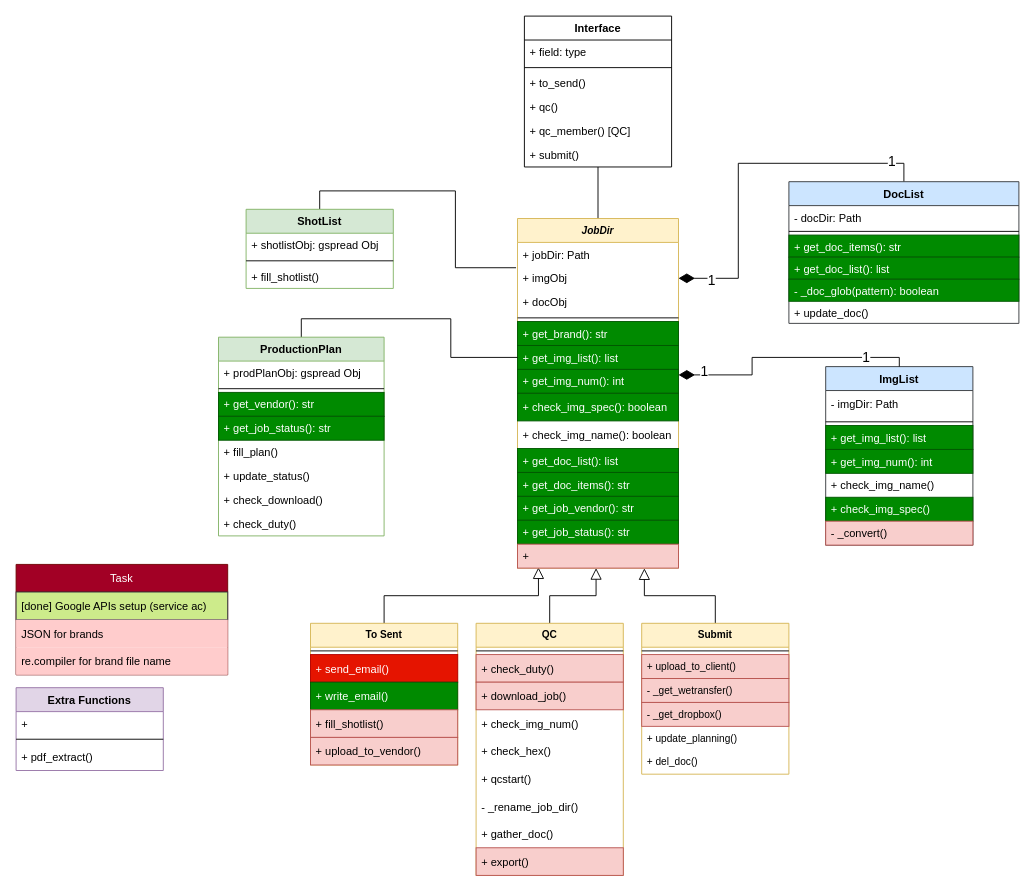
Above: page "Class Diagram" (1 of 2) of IHS Class Diagram.drawio in pugtooone/pyhs (draw.io), before the change. Source tidied: cells renumbered, new cells numbered last; positions are measured from the earlier drawing's top-left corner, leaving out a move shared by most shapes. Both pictures are drawn from the tidied source at 92%, with x=0, y=0 at pixel (16, 16).
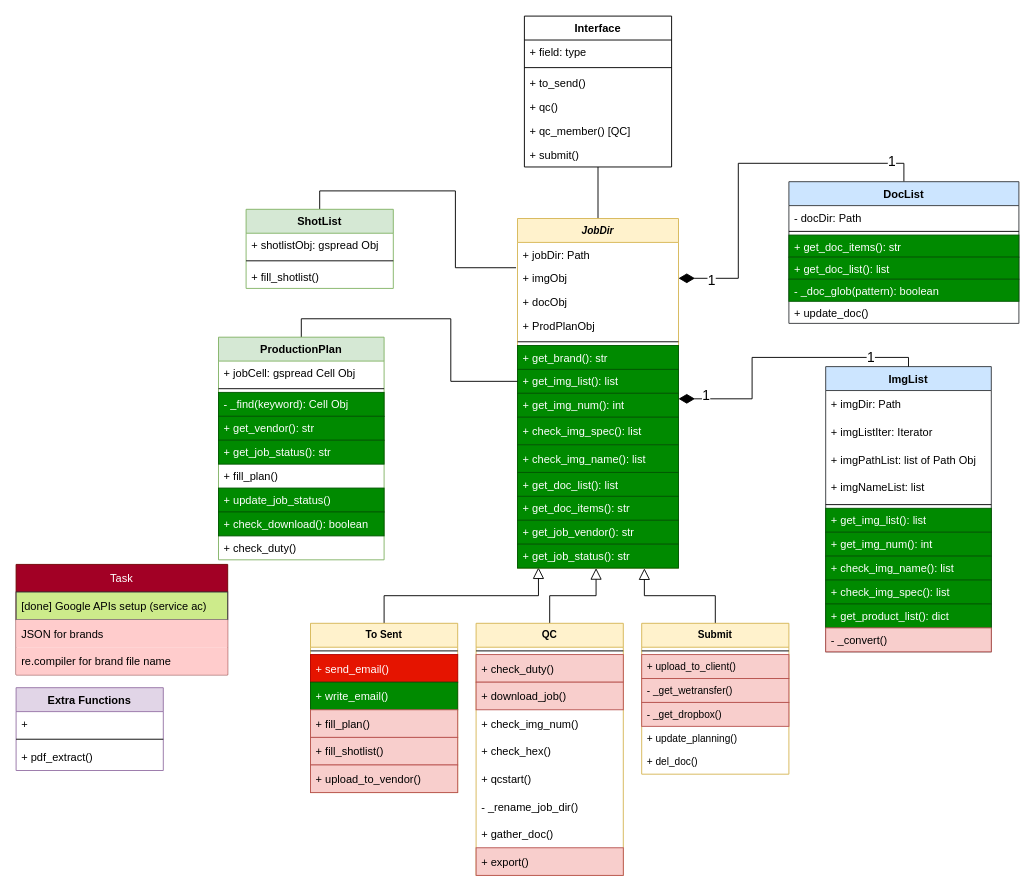
After the change.

The change refers to these unchanged cells:
```xml
<mxCell id="39" value="JobDir" style="swimlane;fontStyle=3;align=center;verticalAlign=top;horizontal=1;startSize=26;fontSize=11;fillColor=#fff2cc;strokeColor=#d6b656;" parent="1" vertex="1">
  <mxGeometry x="545" y="220" width="175" height="380" as="geometry" />
</mxCell>
```

What changed in the source:
```diff
@@
     <mxCell id="12" value="ImgList" style="swimlane;fontStyle=1;align=center;verticalAlign=top;horizontal=1;startSize=26;fillColor=#cce5ff;strokeColor=#36393d;" parent="1" vertex="1">
-      <mxGeometry x="880" y="381" width="160" height="194" as="geometry" />
+      <mxGeometry x="880" y="381" width="180" height="310" as="geometry" />
     </mxCell>
-    <mxCell id="13" value="- imgDir: Path" style="text;strokeColor=none;fillColor=none;align=left;verticalAlign=middle;spacingLeft=4;spacingRight=4;overflow=hidden;" parent="12" vertex="1">
-      <mxGeometry y="26" width="160" height="30" as="geometry" />
+    <mxCell id="13" value="+ imgDir: Path" style="text;strokeColor=none;fillColor=none;align=left;verticalAlign=middle;spacingLeft=4;spacingRight=4;overflow=hidden;" parent="12" vertex="1">
+      <mxGeometry y="26" width="180" height="30" as="geometry" />
     </mxCell>
+    <mxCell id="95" value="+ imgListIter: Iterator" style="text;strokeColor=none;fillColor=none;align=left;verticalAlign=middle;spacingLeft=4;spacingRight=4;overflow=hidden;" parent="12" vertex="1">
+      <mxGeometry y="56" width="180" height="30" as="geometry" />
+    </mxCell>
+    <mxCell id="96" value="+ imgPathList: list of Path Obj" style="text;strokeColor=none;fillColor=none;align=left;verticalAlign=middle;spacingLeft=4;spacingRight=4;overflow=hidden;" parent="12" vertex="1">
+      <mxGeometry y="86" width="180" height="30" as="geometry" />
+    </mxCell>
+    <mxCell id="97" value="+ imgNameList: list" style="text;strokeColor=none;fillColor=none;align=left;verticalAlign=middle;spacingLeft=4;spacingRight=4;overflow=hidden;" parent="12" vertex="1">
+      <mxGeometry y="116" width="180" height="30" as="geometry" />
+    </mxCell>
     <mxCell id="14" style="line;strokeWidth=1;fillColor=none;align=left;verticalAlign=middle;spacingTop=-1;spacingLeft=3;spacingRight=3;labelPosition=right;" parent="12" vertex="1">
-      <mxGeometry y="56" width="160" height="8" as="geometry" />
+      <mxGeometry y="146" width="180" height="8" as="geometry" />
     </mxCell>
     <mxCell id="15" value="+ get_img_list(): list" style="text;align=left;verticalAlign=top;spacingLeft=4;spacingRight=4;overflow=hidden;fillColor=#008a00;fontColor=#ffffff;strokeColor=#005700;" parent="12" vertex="1">
-      <mxGeometry y="64" width="160" height="26" as="geometry" />
+      <mxGeometry y="154" width="180" height="26" as="geometry" />
     </mxCell>
     <mxCell id="16" value="+ get_img_num(): int" style="text;align=left;verticalAlign=top;spacingLeft=4;spacingRight=4;overflow=hidden;fillColor=#008a00;fontColor=#ffffff;strokeColor=#005700;" parent="12" vertex="1">
-      <mxGeometry y="90" width="160" height="26" as="geometry" />
+      <mxGeometry y="180" width="180" height="26" as="geometry" />
     </mxCell>
-    <mxCell id="17" value="+ check_img_name()" style="text;align=left;verticalAlign=top;spacingLeft=4;spacingRight=4;overflow=hidden;" parent="12" vertex="1">
-      <mxGeometry y="116" width="160" height="26" as="geometry" />
+    <mxCell id="17" value="+ check_img_name(): list" style="text;align=left;verticalAlign=top;spacingLeft=4;spacingRight=4;overflow=hidden;fillColor=#008a00;fontColor=#ffffff;strokeColor=#005700;" parent="12" vertex="1">
+      <mxGeometry y="206" width="180" height="26" as="geometry" />
     </mxCell>
-    <mxCell id="18" value="+ check_img_spec()" style="text;strokeColor=#005700;fillColor=#008a00;align=left;verticalAlign=top;spacingLeft=4;spacingRight=4;overflow=hidden;fontColor=#ffffff;" parent="12" vertex="1">
-      <mxGeometry y="142" width="160" height="26" as="geometry" />
+    <mxCell id="18" value="+ check_img_spec(): list" style="text;strokeColor=#005700;fillColor=#008a00;align=left;verticalAlign=top;spacingLeft=4;spacingRight=4;overflow=hidden;fontColor=#ffffff;" parent="12" vertex="1">
+      <mxGeometry y="232" width="180" height="26" as="geometry" />
     </mxCell>
+    <mxCell id="98" value="+ get_product_list(): dict" style="text;strokeColor=#005700;fillColor=#008a00;align=left;verticalAlign=top;spacingLeft=4;spacingRight=4;overflow=hidden;fontColor=#ffffff;" parent="12" vertex="1">
+      <mxGeometry y="258" width="180" height="26" as="geometry" />
+    </mxCell>
     <mxCell id="19" value="- _convert()" style="text;strokeColor=#b85450;fillColor=#f8cecc;align=left;verticalAlign=top;spacingLeft=4;spacingRight=4;overflow=hidden;" parent="12" vertex="1">
-      <mxGeometry y="168" width="160" height="26" as="geometry" />
+      <mxGeometry y="284" width="180" height="26" as="geometry" />
     </mxCell>
@@
     <mxCell id="32" value="To Sent" style="swimlane;fontStyle=1;align=center;verticalAlign=top;horizontal=1;startSize=26;fontSize=11;fillColor=#fff2cc;strokeColor=#d6b656;" parent="1" vertex="1">
-      <mxGeometry x="320" y="660" width="160" height="154" as="geometry" />
+      <mxGeometry x="320" y="660" width="160" height="184" as="geometry" />
     </mxCell>
@@
+    <mxCell id="99" value="+ fill_plan()" style="text;strokeColor=#b85450;fillColor=#f8cecc;align=left;verticalAlign=middle;spacingLeft=4;spacingRight=4;overflow=hidden;" parent="32" vertex="1">
+      <mxGeometry y="94" width="160" height="30" as="geometry" />
+    </mxCell>
     <mxCell id="36" value="+ fill_shotlist()" style="text;strokeColor=#b85450;fillColor=#f8cecc;align=left;verticalAlign=middle;spacingLeft=4;spacingRight=4;overflow=hidden;" parent="32" vertex="1">
-      <mxGeometry y="94" width="160" height="30" as="geometry" />
+      <mxGeometry y="124" width="160" height="30" as="geometry" />
     </mxCell>
     <mxCell id="37" value="+ upload_to_vendor()" style="text;strokeColor=#b85450;fillColor=#f8cecc;align=left;verticalAlign=middle;spacingLeft=4;spacingRight=4;overflow=hidden;" parent="32" vertex="1">
-      <mxGeometry y="124" width="160" height="30" as="geometry" />
+      <mxGeometry y="154" width="160" height="30" as="geometry" />
     </mxCell>
@@
+    <mxCell id="100" value="+ ProdPlanObj" style="text;strokeColor=none;fillColor=none;align=left;verticalAlign=top;spacingLeft=4;spacingRight=4;overflow=hidden;fontSize=12;" parent="39" vertex="1">
+      <mxGeometry y="104" width="175" height="26" as="geometry" />
+    </mxCell>
     <mxCell id="43" style="line;strokeWidth=1;fillColor=none;align=left;verticalAlign=middle;spacingTop=-1;spacingLeft=3;spacingRight=3;labelPosition=right;fontSize=11;" parent="39" vertex="1">
-      <mxGeometry y="104" width="175" height="8" as="geometry" />
+      <mxGeometry y="130" width="175" height="8" as="geometry" />
     </mxCell>
     <mxCell id="44" value="+ get_brand(): str" style="text;strokeColor=#005700;fillColor=#008a00;align=left;verticalAlign=top;spacingLeft=4;spacingRight=4;overflow=hidden;fontSize=12;fontColor=#ffffff;" parent="39" vertex="1">
-      <mxGeometry y="112" width="175" height="26" as="geometry" />
+      <mxGeometry y="138" width="175" height="26" as="geometry" />
     </mxCell>
     <mxCell id="45" value="+ get_img_list(): list" style="text;strokeColor=#005700;fillColor=#008a00;align=left;verticalAlign=top;spacingLeft=4;spacingRight=4;overflow=hidden;points=[[0,0.5],[1,0.5]];portConstraint=eastwest;fontSize=12;fontColor=#ffffff;" parent="39" vertex="1">
-      <mxGeometry y="138" width="175" height="26" as="geometry" />
+      <mxGeometry y="164" width="175" height="26" as="geometry" />
     </mxCell>
     <mxCell id="46" value="+ get_img_num(): int" style="text;strokeColor=#005700;fillColor=#008a00;align=left;verticalAlign=top;spacingLeft=4;spacingRight=4;overflow=hidden;points=[[0,0.5],[1,0.5]];portConstraint=eastwest;fontSize=12;fontColor=#ffffff;" parent="39" vertex="1">
-      <mxGeometry y="164" width="175" height="26" as="geometry" />
+      <mxGeometry y="190" width="175" height="26" as="geometry" />
     </mxCell>
-    <mxCell id="47" value="+ check_img_spec(): boolean" style="text;strokeColor=#005700;fillColor=#008a00;align=left;verticalAlign=middle;spacingLeft=4;spacingRight=4;overflow=hidden;fontColor=#ffffff;" parent="39" vertex="1">
-      <mxGeometry y="190" width="175" height="30" as="geometry" />
+    <mxCell id="47" value="+ check_img_spec(): list" style="text;strokeColor=#005700;fillColor=#008a00;align=left;verticalAlign=middle;spacingLeft=4;spacingRight=4;overflow=hidden;fontColor=#ffffff;" parent="39" vertex="1">
+      <mxGeometry y="216" width="175" height="30" as="geometry" />
     </mxCell>
-    <mxCell id="48" value="+ check_img_name(): boolean" style="text;align=left;verticalAlign=middle;spacingLeft=4;spacingRight=4;overflow=hidden;" parent="39" vertex="1">
-      <mxGeometry y="220" width="175" height="30" as="geometry" />
+    <mxCell id="48" value="+ check_img_name(): list" style="text;align=left;verticalAlign=middle;spacingLeft=4;spacingRight=4;overflow=hidden;fillColor=#008a00;fontColor=#ffffff;strokeColor=#005700;" parent="39" vertex="1">
+      <mxGeometry y="246" width="175" height="30" as="geometry" />
     </mxCell>
     <mxCell id="49" value="+ get_doc_list(): list" style="text;strokeColor=#005700;fillColor=#008a00;align=left;verticalAlign=top;spacingLeft=4;spacingRight=4;overflow=hidden;fontSize=12;fontColor=#ffffff;" parent="39" vertex="1">
-      <mxGeometry y="250" width="175" height="26" as="geometry" />
+      <mxGeometry y="276" width="175" height="26" as="geometry" />
     </mxCell>
     <mxCell id="50" value="+ get_doc_items(): str" style="text;strokeColor=#005700;fillColor=#008a00;align=left;verticalAlign=top;spacingLeft=4;spacingRight=4;overflow=hidden;fontSize=12;fontColor=#ffffff;" parent="39" vertex="1">
-      <mxGeometry y="276" width="175" height="26" as="geometry" />
+      <mxGeometry y="302" width="175" height="26" as="geometry" />
     </mxCell>
     <mxCell id="51" value="+ get_job_vendor(): str" style="text;strokeColor=#005700;fillColor=#008a00;align=left;verticalAlign=top;spacingLeft=4;spacingRight=4;overflow=hidden;fontSize=12;fontColor=#ffffff;" parent="39" vertex="1">
-      <mxGeometry y="302" width="175" height="26" as="geometry" />
+      <mxGeometry y="328" width="175" height="26" as="geometry" />
     </mxCell>
-    <mxCell id="52" value="+ get_job_status(): str" style="text;strokeColor=#005700;fillColor=#008a00;align=left;verticalAlign=top;spacingLeft=4;spacingRight=4;overflow=hidden;fontSize=12;fontColor=#ffffff;" parent="39" vertex="1">
-      <mxGeometry y="328" width="175" height="26" as="geometry" />
-    </mxCell>
-    <mxCell id="53" value="+" style="text;strokeColor=#b85450;fillColor=#f8cecc;align=left;verticalAlign=top;spacingLeft=4;spacingRight=4;overflow=hidden;points=[[0,0.5],[1,0.5]];portConstraint=eastwest;fontSize=12;" parent="39" vertex="1">
+    <mxCell id="53" value="+ get_job_status(): str" style="text;strokeColor=#005700;fillColor=#008a00;align=left;verticalAlign=top;spacingLeft=4;spacingRight=4;overflow=hidden;points=[[0,0.5],[1,0.5]];portConstraint=eastwest;fontSize=12;fontColor=#ffffff;" parent="39" vertex="1">
       <mxGeometry y="354" width="175" height="26" as="geometry" />
     </mxCell>
@@
     <mxCell id="70" value="ProductionPlan" style="swimlane;fontStyle=1;align=center;verticalAlign=top;horizontal=1;startSize=26;fillColor=#d5e8d4;strokeColor=#82b366;" parent="1" vertex="1">
-      <mxGeometry x="220" y="349" width="180" height="216" as="geometry" />
+      <mxGeometry x="220" y="349" width="180" height="242" as="geometry" />
     </mxCell>
-    <mxCell id="71" value="+ prodPlanObj: gspread Obj" style="text;strokeColor=none;fillColor=none;align=left;verticalAlign=top;spacingLeft=4;spacingRight=4;overflow=hidden;" parent="70" vertex="1">
+    <mxCell id="71" value="+ jobCell: gspread Cell Obj" style="text;strokeColor=none;fillColor=none;align=left;verticalAlign=top;spacingLeft=4;spacingRight=4;overflow=hidden;" parent="70" vertex="1">
       <mxGeometry y="26" width="180" height="26" as="geometry" />
     </mxCell>
@@
+    <mxCell id="101" value="- _find(keyword): Cell Obj" style="text;strokeColor=#005700;fillColor=#008a00;align=left;verticalAlign=top;spacingLeft=4;spacingRight=4;overflow=hidden;fontColor=#ffffff;" parent="70" vertex="1">
+      <mxGeometry y="60" width="180" height="26" as="geometry" />
+    </mxCell>
     <mxCell id="73" value="+ get_vendor(): str&#10;" style="text;strokeColor=#005700;fillColor=#008a00;align=left;verticalAlign=top;spacingLeft=4;spacingRight=4;overflow=hidden;fontColor=#ffffff;" parent="70" vertex="1">
-      <mxGeometry y="60" width="180" height="26" as="geometry" />
+      <mxGeometry y="86" width="180" height="26" as="geometry" />
     </mxCell>
     <mxCell id="74" value="+ get_job_status(): str&#10;" style="text;strokeColor=#005700;fillColor=#008a00;align=left;verticalAlign=top;spacingLeft=4;spacingRight=4;overflow=hidden;fontColor=#ffffff;" parent="70" vertex="1">
-      <mxGeometry y="86" width="180" height="26" as="geometry" />
+      <mxGeometry y="112" width="180" height="26" as="geometry" />
     </mxCell>
     <mxCell id="75" value="+ fill_plan()" style="text;strokeColor=none;fillColor=none;align=left;verticalAlign=top;spacingLeft=4;spacingRight=4;overflow=hidden;" parent="70" vertex="1">
-      <mxGeometry y="112" width="180" height="26" as="geometry" />
+      <mxGeometry y="138" width="180" height="26" as="geometry" />
     </mxCell>
-    <mxCell id="76" value="+ update_status()" style="text;strokeColor=none;fillColor=none;align=left;verticalAlign=top;spacingLeft=4;spacingRight=4;overflow=hidden;" parent="70" vertex="1">
-      <mxGeometry y="138" width="180" height="26" as="geometry" />
+    <mxCell id="76" value="+ update_job_status()" style="text;strokeColor=#005700;fillColor=#008a00;align=left;verticalAlign=top;spacingLeft=4;spacingRight=4;overflow=hidden;fontColor=#ffffff;" parent="70" vertex="1">
+      <mxGeometry y="164" width="180" height="26" as="geometry" />
     </mxCell>
-    <mxCell id="77" value="+ check_download()" style="text;strokeColor=none;fillColor=none;align=left;verticalAlign=top;spacingLeft=4;spacingRight=4;overflow=hidden;" parent="70" vertex="1">
-      <mxGeometry y="164" width="180" height="26" as="geometry" />
+    <mxCell id="77" value="+ check_download(): boolean" style="text;strokeColor=#005700;fillColor=#008a00;align=left;verticalAlign=top;spacingLeft=4;spacingRight=4;overflow=hidden;fontColor=#ffffff;" parent="70" vertex="1">
+      <mxGeometry y="190" width="180" height="26" as="geometry" />
     </mxCell>
     <mxCell id="78" value="+ check_duty()" style="text;strokeColor=none;fillColor=none;align=left;verticalAlign=top;spacingLeft=4;spacingRight=4;overflow=hidden;" parent="70" vertex="1">
-      <mxGeometry y="190" width="180" height="26" as="geometry" />
+      <mxGeometry y="216" width="180" height="26" as="geometry" />
     </mxCell>
```
